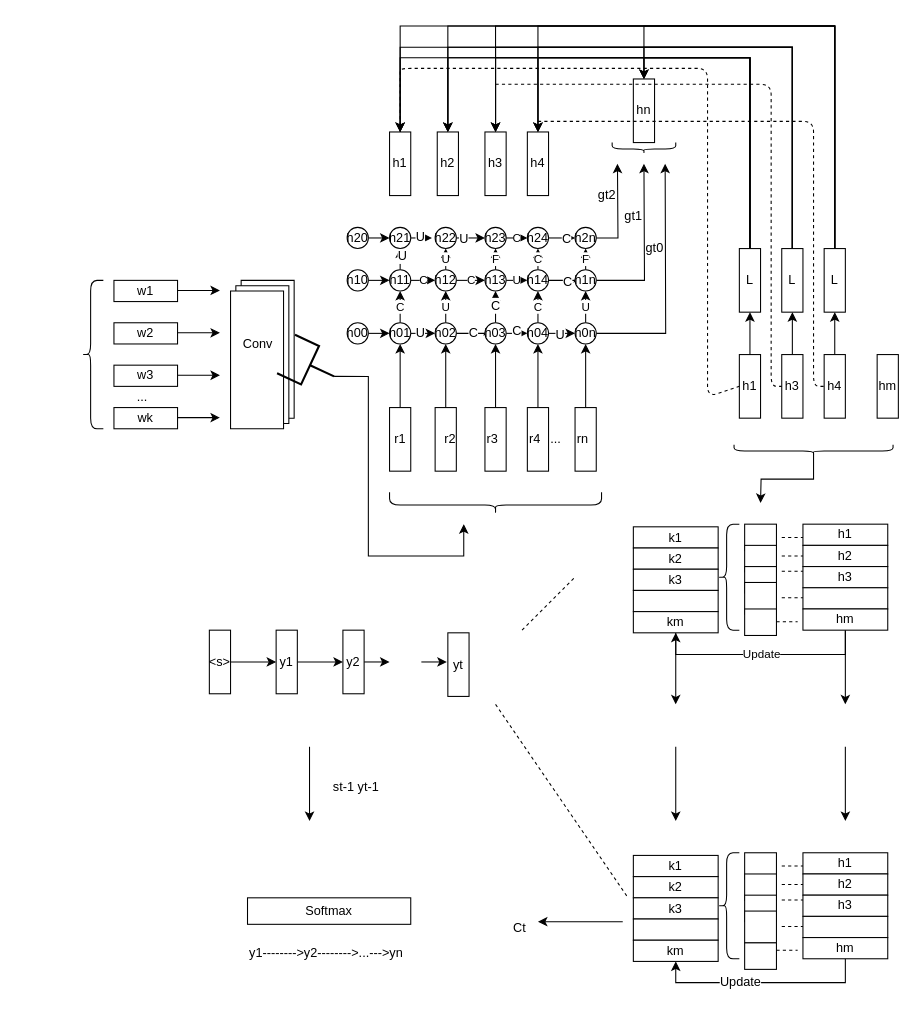
This is ATS.drawio from leehamw/Paper-Reading, a draw.io file, before an edit. Source tidied: cells renumbered, new cells numbered last; positions are measured from the earlier drawing's top-left corner, leaving out a move shared by most shapes. Both pictures are drawn from the tidied source at 106%, with x=0, y=0 at pixel (82, 25).
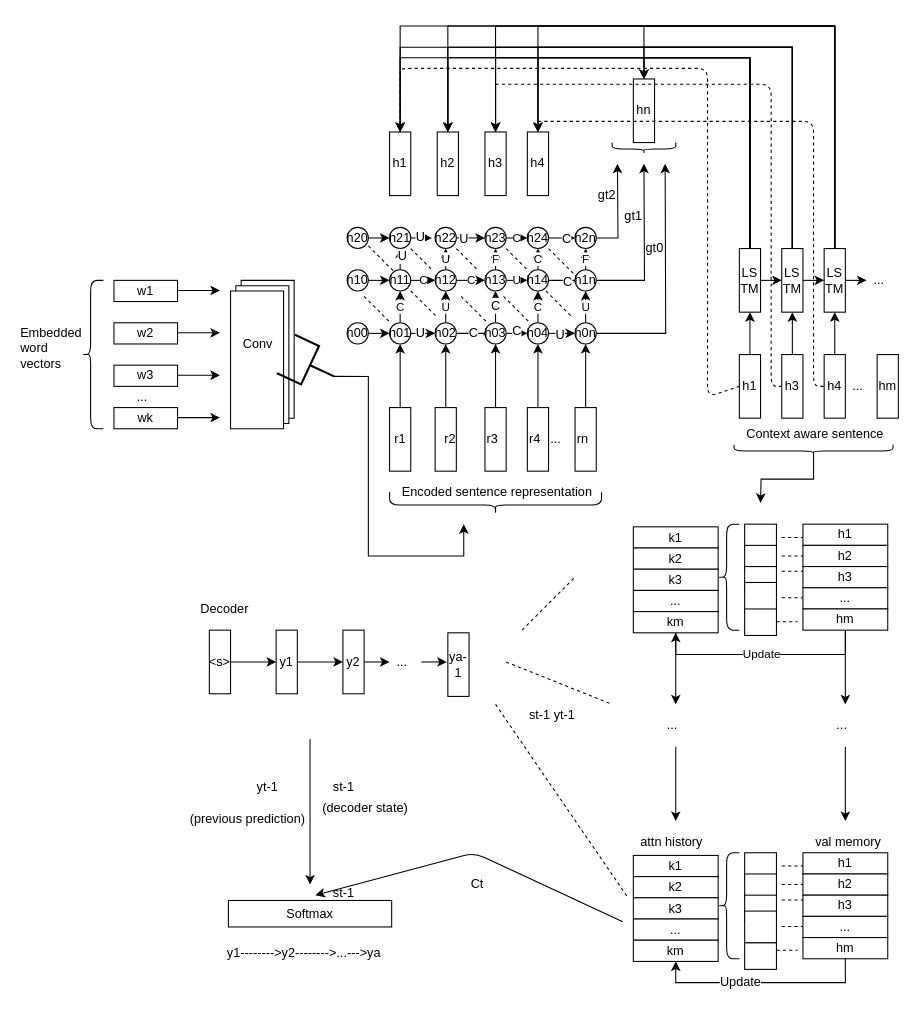
After the change.

Diff of the diagram source:
```diff
@@
+    <mxCell id="193" style="edgeStyle=orthogonalEdgeStyle;rounded=0;jettySize=auto;html=1;exitX=0.5;exitY=0;exitDx=0;exitDy=0;entryX=0.5;entryY=1;entryDx=0;entryDy=0;" parent="1" edge="1" source="103" target="109">
+      <mxGeometry relative="1" as="geometry" />
+    </mxCell>
-    <mxCell id="103" value="L" style="rounded=0;whiteSpace=wrap;html=1;direction=south;" parent="1" vertex="1">
+    <mxCell id="103" value="LS&lt;br&gt;TM" style="rounded=0;whiteSpace=wrap;html=1;direction=south;" parent="1" vertex="1">
       <mxGeometry x="620" y="210" width="20" height="60" as="geometry" />
     </mxCell>
@@
+    <mxCell id="194" style="edgeStyle=orthogonalEdgeStyle;rounded=0;jettySize=auto;html=1;exitX=0.5;exitY=0;exitDx=0;exitDy=0;entryX=0.5;entryY=1;entryDx=0;entryDy=0;" parent="1" edge="1" source="109" target="115">
+      <mxGeometry relative="1" as="geometry" />
+    </mxCell>
-    <mxCell id="109" value="L" style="rounded=0;whiteSpace=wrap;html=1;direction=south;" parent="1" vertex="1">
+    <mxCell id="109" value="LS&lt;br&gt;TM" style="rounded=0;whiteSpace=wrap;html=1;direction=south;" parent="1" vertex="1">
       <mxGeometry x="660" y="210" width="20" height="60" as="geometry" />
     </mxCell>
@@
+    <mxCell id="195" style="edgeStyle=orthogonalEdgeStyle;rounded=0;jettySize=auto;html=1;exitX=0.5;exitY=0;exitDx=0;exitDy=0;" parent="1" edge="1" source="115">
+      <mxGeometry relative="1" as="geometry">
+        <mxPoint x="740" y="240" as="targetPoint" />
+      </mxGeometry>
+    </mxCell>
-    <mxCell id="115" value="L" style="rounded=0;whiteSpace=wrap;html=1;direction=south;" parent="1" vertex="1">
+    <mxCell id="115" value="LS&lt;br&gt;TM" style="rounded=0;whiteSpace=wrap;html=1;direction=south;" parent="1" vertex="1">
       <mxGeometry x="700" y="210" width="20" height="60" as="geometry" />
     </mxCell>
@@
-    <mxCell id="131" style="rounded=0;whiteSpace=wrap;html=1;" parent="1" vertex="1">
+    <mxCell id="131" value="..." style="rounded=0;whiteSpace=wrap;html=1;" parent="1" vertex="1">
       <mxGeometry x="680" y="530" width="80" height="20" as="geometry" />
     </mxCell>
@@
-    <mxCell id="143" style="rounded=0;whiteSpace=wrap;html=1;" parent="1" vertex="1">
+    <mxCell id="143" value="..." style="rounded=0;whiteSpace=wrap;html=1;" parent="1" vertex="1">
       <mxGeometry x="520" y="532.5" width="80" height="20" as="geometry" />
     </mxCell>
@@
-    <mxCell id="157" style="rounded=0;whiteSpace=wrap;html=1;" parent="1" vertex="1">
+    <mxCell id="157" value="..." style="rounded=0;whiteSpace=wrap;html=1;" parent="1" vertex="1">
       <mxGeometry x="680" y="840" width="80" height="20" as="geometry" />
     </mxCell>
@@
-    <mxCell id="168" style="rounded=0;whiteSpace=wrap;html=1;" parent="1" vertex="1">
+    <mxCell id="168" value="..." style="rounded=0;whiteSpace=wrap;html=1;" parent="1" vertex="1">
       <mxGeometry x="520" y="842.5" width="80" height="20" as="geometry" />
     </mxCell>
@@
-    <mxCell id="184" value="yt" style="rounded=0;whiteSpace=wrap;html=1;direction=south;" parent="1" vertex="1">
+    <mxCell id="184" value="ya-1" style="rounded=0;whiteSpace=wrap;html=1;direction=south;" parent="1" vertex="1">
       <mxGeometry x="345" y="572.5" width="20" height="60" as="geometry" />
     </mxCell>
@@
     <mxCell id="187" style="endArrow=classic;html=1;" parent="1" edge="1">
       <mxGeometry relative="1" as="geometry">
         <mxPoint x="510" y="845" as="sourcePoint" />
-        <mxPoint x="430" y="845" as="targetPoint" />
+        <mxPoint x="220" y="820" as="targetPoint" />
+        <Array as="points">
+          <mxPoint x="370" y="780" />
+        </Array>
       </mxGeometry>
     </mxCell>
     <mxCell id="188" value="Ct" style="text;html=1;align=left;verticalAlign=top;spacingTop=-4;" parent="1" vertex="1">
-      <mxGeometry x="405" y="841" width="30" height="20" as="geometry" />
+      <mxGeometry x="365" y="800" width="30" height="20" as="geometry" />
     </mxCell>
     <mxCell id="189" style="endArrow=classic;html=1;" parent="1" edge="1">
       <mxGeometry relative="1" as="geometry">
-        <mxPoint x="214.5" y="680" as="sourcePoint" />
-        <mxPoint x="214.5" y="750" as="targetPoint" />
+        <mxPoint x="215" y="673" as="sourcePoint" />
+        <mxPoint x="215" y="810" as="targetPoint" />
       </mxGeometry>
     </mxCell>
     <mxCell id="190" value="Softmax" style="rounded=0;whiteSpace=wrap;html=1;" parent="1" vertex="1">
-      <mxGeometry x="156" y="822.5" width="154" height="25" as="geometry" />
+      <mxGeometry x="138" y="825" width="154" height="25" as="geometry" />
     </mxCell>
-    <mxCell id="191" value="st-1 yt-1" style="text;html=1;align=left;verticalAlign=top;spacingTop=-4;" parent="1" vertex="1">
-      <mxGeometry x="235" y="708" width="60" height="20" as="geometry" />
+    <mxCell id="191" value="st-1&amp;nbsp;" style="text;html=1;align=left;verticalAlign=top;spacingTop=-4;" parent="1" vertex="1">
+      <mxGeometry x="235" y="708" width="40" height="20" as="geometry" />
     </mxCell>
+    <mxCell id="196" value="st-1&amp;nbsp;" style="text;html=1;align=left;verticalAlign=top;spacingTop=-4;" parent="1" vertex="1">
+      <mxGeometry x="235" y="808" width="40" height="20" as="geometry" />
+    </mxCell>
-    <mxCell id="192" value="y1--------&amp;gt;y2--------&amp;gt;...---&amp;gt;yn" style="text;html=1;align=left;verticalAlign=top;spacingTop=-4;" parent="1" vertex="1">
-      <mxGeometry x="156" y="865" width="160" height="20" as="geometry" />
+    <mxCell id="192" value="y1--------&amp;gt;y2--------&amp;gt;...---&amp;gt;ya" style="text;html=1;align=left;verticalAlign=top;spacingTop=-4;" parent="1" vertex="1">
+      <mxGeometry x="135" y="865" width="160" height="20" as="geometry" />
     </mxCell>
+    <mxCell id="197" style="endArrow=none;dashed=1;html=1;" parent="1" edge="1">
+      <mxGeometry relative="1" as="geometry">
+        <mxPoint x="270" y="207.5" as="sourcePoint" />
+        <mxPoint x="295" y="232.5" as="targetPoint" />
+      </mxGeometry>
+    </mxCell>
+    <mxCell id="198" style="endArrow=none;dashed=1;html=1;" parent="1" edge="1">
+      <mxGeometry relative="1" as="geometry">
+        <mxPoint x="310" y="210" as="sourcePoint" />
+        <mxPoint x="330" y="230" as="targetPoint" />
+      </mxGeometry>
+    </mxCell>
+    <mxCell id="199" style="endArrow=none;dashed=1;html=1;" parent="1" edge="1">
+      <mxGeometry relative="1" as="geometry">
+        <mxPoint x="353" y="210" as="sourcePoint" />
+        <mxPoint x="373" y="230" as="targetPoint" />
+      </mxGeometry>
+    </mxCell>
+    <mxCell id="200" style="endArrow=none;dashed=1;html=1;" parent="1" edge="1">
+      <mxGeometry relative="1" as="geometry">
+        <mxPoint x="400" y="210" as="sourcePoint" />
+        <mxPoint x="420" y="230" as="targetPoint" />
+      </mxGeometry>
+    </mxCell>
+    <mxCell id="201" style="endArrow=none;dashed=1;html=1;" parent="1" edge="1">
+      <mxGeometry relative="1" as="geometry">
+        <mxPoint x="440" y="210" as="sourcePoint" />
+        <mxPoint x="465" y="235" as="targetPoint" />
+      </mxGeometry>
+    </mxCell>
+    <mxCell id="202" style="endArrow=none;dashed=1;html=1;" parent="1" edge="1">
+      <mxGeometry relative="1" as="geometry">
+        <mxPoint x="266" y="255" as="sourcePoint" />
+        <mxPoint x="291" y="280" as="targetPoint" />
+      </mxGeometry>
+    </mxCell>
+    <mxCell id="203" style="endArrow=none;dashed=1;html=1;" parent="1" edge="1">
+      <mxGeometry relative="1" as="geometry">
+        <mxPoint x="310" y="250" as="sourcePoint" />
+        <mxPoint x="335" y="275" as="targetPoint" />
+      </mxGeometry>
+    </mxCell>
+    <mxCell id="204" style="endArrow=none;dashed=1;html=1;" parent="1" edge="1">
+      <mxGeometry relative="1" as="geometry">
+        <mxPoint x="357.5" y="255" as="sourcePoint" />
+        <mxPoint x="382.5" y="280" as="targetPoint" />
+      </mxGeometry>
+    </mxCell>
+    <mxCell id="205" style="endArrow=none;dashed=1;html=1;" parent="1" edge="1">
+      <mxGeometry relative="1" as="geometry">
+        <mxPoint x="437.5" y="250" as="sourcePoint" />
+        <mxPoint x="462.5" y="275" as="targetPoint" />
+      </mxGeometry>
+    </mxCell>
+    <mxCell id="206" style="endArrow=none;dashed=1;html=1;" parent="1" edge="1">
+      <mxGeometry relative="1" as="geometry">
+        <mxPoint x="397.5" y="255" as="sourcePoint" />
+        <mxPoint x="422.5" y="280" as="targetPoint" />
+      </mxGeometry>
+    </mxCell>
+    <mxCell id="207" value="..." style="text;html=1;align=left;verticalAlign=top;spacingTop=-4;" parent="1" vertex="1">
+      <mxGeometry x="725" y="330" width="30" height="20" as="geometry" />
+    </mxCell>
+    <mxCell id="208" value="..." style="text;html=1;align=left;verticalAlign=top;spacingTop=-4;" parent="1" vertex="1">
+      <mxGeometry x="550" y="650" width="30" height="20" as="geometry" />
+    </mxCell>
+    <mxCell id="209" value="..." style="text;html=1;align=left;verticalAlign=top;spacingTop=-4;" parent="1" vertex="1">
+      <mxGeometry x="710" y="650" width="30" height="20" as="geometry" />
+    </mxCell>
+    <mxCell id="210" style="endArrow=none;dashed=1;html=1;" parent="1" edge="1">
+      <mxGeometry relative="1" as="geometry">
+        <mxPoint x="400" y="600" as="sourcePoint" />
+        <mxPoint x="500" y="640" as="targetPoint" />
+      </mxGeometry>
+    </mxCell>
+    <mxCell id="211" value="..." style="text;html=1;align=left;verticalAlign=top;spacingTop=-4;" parent="1" vertex="1">
+      <mxGeometry x="745" y="230" width="30" height="20" as="geometry" />
+    </mxCell>
+    <mxCell id="212" value="st-1 yt-1" style="text;html=1;align=left;verticalAlign=top;spacingTop=-4;" parent="1" vertex="1">
+      <mxGeometry x="420" y="640" width="60" height="20" as="geometry" />
+    </mxCell>
+    <mxCell id="213" value="..." style="text;html=1;align=left;verticalAlign=top;spacingTop=-4;" parent="1" vertex="1">
+      <mxGeometry x="295" y="590" width="30" height="20" as="geometry" />
+    </mxCell>
+    <mxCell id="214" value="Embedded&lt;br&gt;word &lt;br&gt;vectors" style="text;html=1;align=left;verticalAlign=top;spacingTop=-4;" parent="1" vertex="1">
+      <mxGeometry x="-60" y="280" width="70" height="40" as="geometry" />
+    </mxCell>
+    <mxCell id="215" value="Encoded sentence representation" style="text;html=1;align=left;verticalAlign=top;spacingTop=-4;" parent="1" vertex="1">
+      <mxGeometry x="300" y="430" width="190" height="20" as="geometry" />
+    </mxCell>
+    <mxCell id="216" value="Context aware sentence" style="text;html=1;align=left;verticalAlign=top;spacingTop=-4;" parent="1" vertex="1">
+      <mxGeometry x="625" y="375" width="140" height="20" as="geometry" />
+    </mxCell>
+    <mxCell id="217" value="attn history" style="text;html=1;align=left;verticalAlign=top;spacingTop=-4;" parent="1" vertex="1">
+      <mxGeometry x="525" y="760" width="70" height="20" as="geometry" />
+    </mxCell>
+    <mxCell id="218" value="val memory" style="text;html=1;align=left;verticalAlign=top;spacingTop=-4;" parent="1" vertex="1">
+      <mxGeometry x="690" y="760" width="80" height="20" as="geometry" />
+    </mxCell>
+    <mxCell id="219" value="Decoder" style="text;html=1;align=left;verticalAlign=top;spacingTop=-4;" parent="1" vertex="1">
+      <mxGeometry x="110" y="540" width="60" height="20" as="geometry" />
+    </mxCell>
+    <mxCell id="220" value="yt-1" style="text;html=1;align=left;verticalAlign=top;spacingTop=-4;" parent="1" vertex="1">
+      <mxGeometry x="163" y="708" width="40" height="20" as="geometry" />
+    </mxCell>
+    <mxCell id="221" value="(decoder state)" style="text;html=1;align=left;verticalAlign=top;spacingTop=-4;" parent="1" vertex="1">
+      <mxGeometry x="225" y="728" width="100" height="20" as="geometry" />
+    </mxCell>
+    <mxCell id="222" value="(previous prediction)" style="text;html=1;align=left;verticalAlign=top;spacingTop=-4;" parent="1" vertex="1">
+      <mxGeometry x="100" y="738" width="120" height="20" as="geometry" />
+    </mxCell>
```
